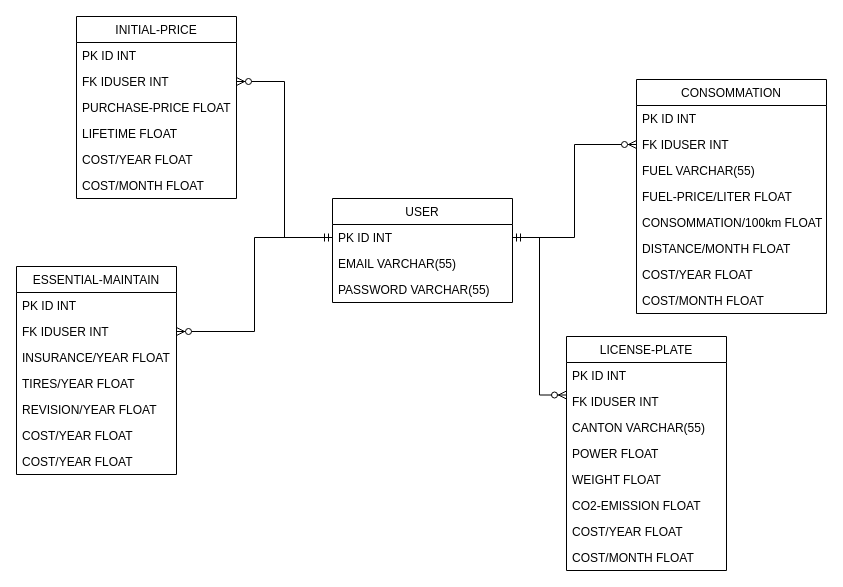
Earlier version of the draw.io diagram page "MLD" (2 of 2) of SQL/Modélisation BDD.drawio (ThomasCPNV/CcubeProject). Source tidied: cells renumbered, new cells numbered last; positions are measured from the earlier drawing's top-left corner, leaving out a move shared by most shapes. Both pictures are drawn from the tidied source at 100%, with x=0, y=0 at pixel (16, 16).
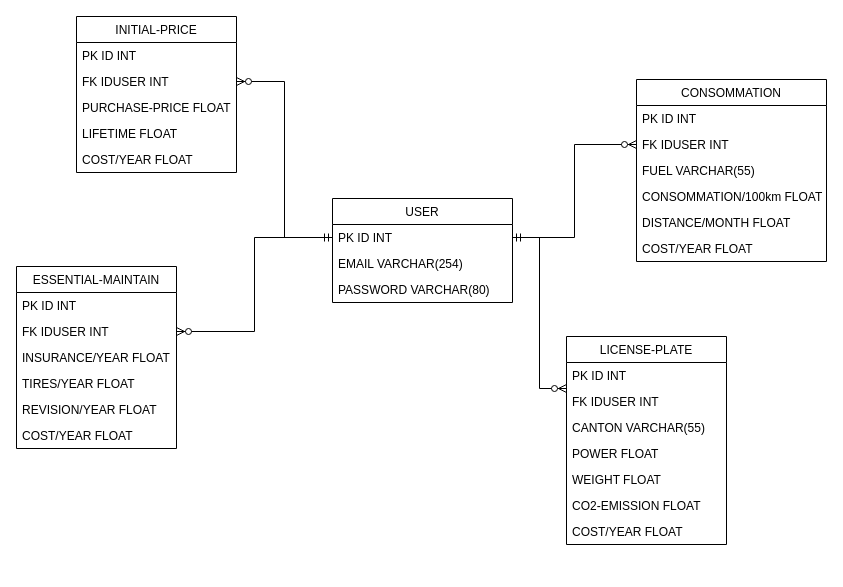
Above is the later version.

Commit message (it also covers changes not shown here):
correction MLD sprint 3

The change refers to these unchanged cells:
```xml
<mxCell id="2" value="USER" style="swimlane;fontStyle=0;horizontal=1;startSize=26;fillColor=none;" parent="1" vertex="1">
  <mxGeometry x="316" y="182" width="180" height="104" as="geometry" />
</mxCell>
```

Change to the diagram source:
```diff
@@
-    <mxCell id="4" value="EMAIL VARCHAR(55)" style="text;strokeColor=none;fillColor=none;align=left;verticalAlign=top;spacingLeft=4;spacingRight=4;overflow=hidden;" parent="2" vertex="1">
+    <mxCell id="4" value="EMAIL VARCHAR(254)" style="text;strokeColor=none;fillColor=none;align=left;verticalAlign=top;spacingLeft=4;spacingRight=4;overflow=hidden;" parent="2" vertex="1">
       <mxGeometry y="52" width="180" height="26" as="geometry" />
     </mxCell>
-    <mxCell id="5" value="PASSWORD VARCHAR(55)" style="text;strokeColor=none;fillColor=none;align=left;verticalAlign=top;spacingLeft=4;spacingRight=4;overflow=hidden;" parent="2" vertex="1">
+    <mxCell id="5" value="PASSWORD VARCHAR(80)" style="text;strokeColor=none;fillColor=none;align=left;verticalAlign=top;spacingLeft=4;spacingRight=4;overflow=hidden;" parent="2" vertex="1">
       <mxGeometry y="78" width="180" height="26" as="geometry" />
     </mxCell>
     <mxCell id="6" value="LICENSE-PLATE" style="swimlane;fontStyle=0;horizontal=1;startSize=26;fillColor=none;" parent="1" vertex="1">
-      <mxGeometry x="550" y="320" width="160" height="234" as="geometry" />
+      <mxGeometry x="550" y="320" width="160" height="208" as="geometry" />
     </mxCell>
@@
-    <mxCell id="14" value="COST/MONTH FLOAT" style="text;strokeColor=none;fillColor=none;align=left;verticalAlign=top;spacingLeft=4;spacingRight=4;overflow=hidden;" parent="6" vertex="1">
-      <mxGeometry y="208" width="160" height="26" as="geometry" />
-    </mxCell>
     <mxCell id="15" value="ESSENTIAL-MAINTAIN" style="swimlane;fontStyle=0;horizontal=1;startSize=26;fillColor=none;" parent="1" vertex="1">
-      <mxGeometry y="250" width="160" height="208" as="geometry" />
+      <mxGeometry y="250" width="160" height="182" as="geometry" />
     </mxCell>
@@
-    <mxCell id="22" value="COST/YEAR FLOAT" style="text;strokeColor=none;fillColor=none;align=left;verticalAlign=top;spacingLeft=4;spacingRight=4;overflow=hidden;" parent="15" vertex="1">
-      <mxGeometry y="182" width="160" height="26" as="geometry" />
-    </mxCell>
     <mxCell id="23" value="INITIAL-PRICE" style="swimlane;fontStyle=0;horizontal=1;startSize=26;fillColor=none;" parent="1" vertex="1">
-      <mxGeometry x="60" width="160" height="182" as="geometry" />
+      <mxGeometry x="60" width="160" height="156" as="geometry" />
     </mxCell>
@@
-    <mxCell id="29" value="COST/MONTH FLOAT" style="text;strokeColor=none;fillColor=none;align=left;verticalAlign=top;spacingLeft=4;spacingRight=4;overflow=hidden;" parent="23" vertex="1">
-      <mxGeometry y="156" width="160" height="26" as="geometry" />
-    </mxCell>
     <mxCell id="30" value="CONSOMMATION" style="swimlane;fontStyle=0;horizontal=1;startSize=26;fillColor=none;" parent="1" vertex="1">
-      <mxGeometry x="620" y="63" width="190" height="234" as="geometry" />
+      <mxGeometry x="620" y="63" width="190" height="182" as="geometry" />
     </mxCell>
@@
-    <mxCell id="34" value="FUEL-PRICE/LITER FLOAT" style="text;strokeColor=none;fillColor=none;align=left;verticalAlign=top;spacingLeft=4;spacingRight=4;overflow=hidden;" parent="30" vertex="1">
-      <mxGeometry y="104" width="190" height="26" as="geometry" />
-    </mxCell>
     <mxCell id="35" value="CONSOMMATION/100km FLOAT" style="text;strokeColor=none;fillColor=none;align=left;verticalAlign=top;spacingLeft=4;spacingRight=4;overflow=hidden;" parent="30" vertex="1">
-      <mxGeometry y="130" width="190" height="26" as="geometry" />
+      <mxGeometry y="104" width="190" height="26" as="geometry" />
     </mxCell>
     <mxCell id="36" value="DISTANCE/MONTH FLOAT" style="text;strokeColor=none;fillColor=none;align=left;verticalAlign=top;spacingLeft=4;spacingRight=4;overflow=hidden;" parent="30" vertex="1">
-      <mxGeometry y="156" width="190" height="26" as="geometry" />
+      <mxGeometry y="130" width="190" height="26" as="geometry" />
     </mxCell>
     <mxCell id="37" value="COST/YEAR FLOAT" style="text;strokeColor=none;fillColor=none;align=left;verticalAlign=top;spacingLeft=4;spacingRight=4;overflow=hidden;" parent="30" vertex="1">
-      <mxGeometry y="182" width="190" height="26" as="geometry" />
+      <mxGeometry y="156" width="190" height="26" as="geometry" />
     </mxCell>
-    <mxCell id="38" value="COST/MONTH FLOAT" style="text;strokeColor=none;fillColor=none;align=left;verticalAlign=top;spacingLeft=4;spacingRight=4;overflow=hidden;" parent="30" vertex="1">
-      <mxGeometry y="208" width="190" height="26" as="geometry" />
-    </mxCell>
```
